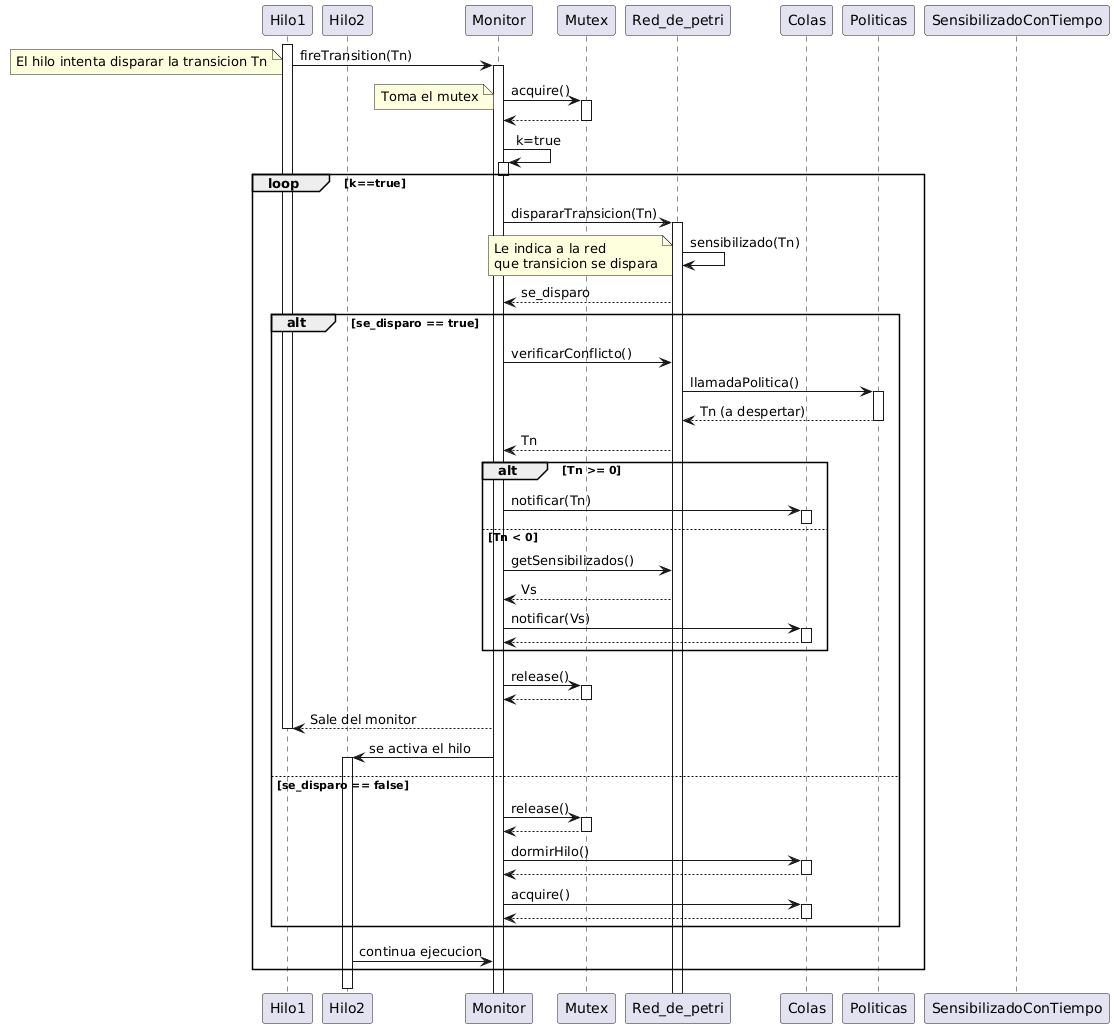
Above: doc/Diagrama_Secuencia.png in JosiasTomasnanez/flightAgencyAttendanceMonitor (PlantUML), before the change. Its diagram source:
```plantuml
@startuml
!pragma teoz true
participant Hilo1
participant Hilo2
participant Monitor
participant Mutex
participant Red_de_petri
participant Colas
participant Politicas
participant SensibilizadoConTiempo

activate Hilo1
Hilo1 -> Monitor : fireTransition(Tn)
note left: El hilo intenta disparar la transicion Tn
activate Monitor

Monitor -> Mutex : acquire()
note left: Toma el mutex
activate Mutex
Mutex --> Monitor
deactivate Mutex

Monitor -> Monitor : k=true
activate Monitor
deactivate Monitor

loop k==true
    Monitor -> Red_de_petri : dispararTransicion(Tn)
    activate Red_de_petri
    Red_de_petri -> Red_de_petri : sensibilizado(Tn)
    note left
    Le indica a la red
    que transicion se dispara
    end note
    Red_de_petri --> Monitor : se_disparo
    alt se_disparo == true
        Monitor -> Red_de_petri : verificarConflicto()
        Red_de_petri -> Politicas : llamadaPolitica()
        activate Politicas
        Politicas --> Red_de_petri : Tn (a despertar)
        deactivate Politicas
        Red_de_petri --> Monitor : Tn

        alt Tn >= 0
            Monitor -> Colas : notificar(Tn)
            activate Colas
            deactivate Colas
        else Tn < 0
          Monitor -> Red_de_petri : getSensibilizados()
          Red_de_petri --> Monitor : Vs
            Monitor -> Colas : notificar(Vs)
            activate Colas
            Colas --> Monitor
            deactivate Colas
        end
        Monitor -> Mutex : release()
        activate Mutex
        Mutex --> Monitor
        deactivate Mutex
        Monitor --> Hilo1 : Sale del monitor
        deactivate Hilo1
        Monitor -> Hilo2 : se activa el hilo
        activate Hilo2
    else se_disparo == false
        Monitor -> Mutex : release()
        activate Mutex
        Mutex --> Monitor
        deactivate Mutex
        Monitor -> Colas : dormirHilo()
        activate Colas
        Colas --> Monitor
        deactivate Colas
        Monitor-> Colas : acquire()
        activate Colas
        Colas --> Monitor
        deactivate Colas

    end
    Hilo2 -> Monitor : continua ejecucion
end
deactivate Hilo2
@enduml
```
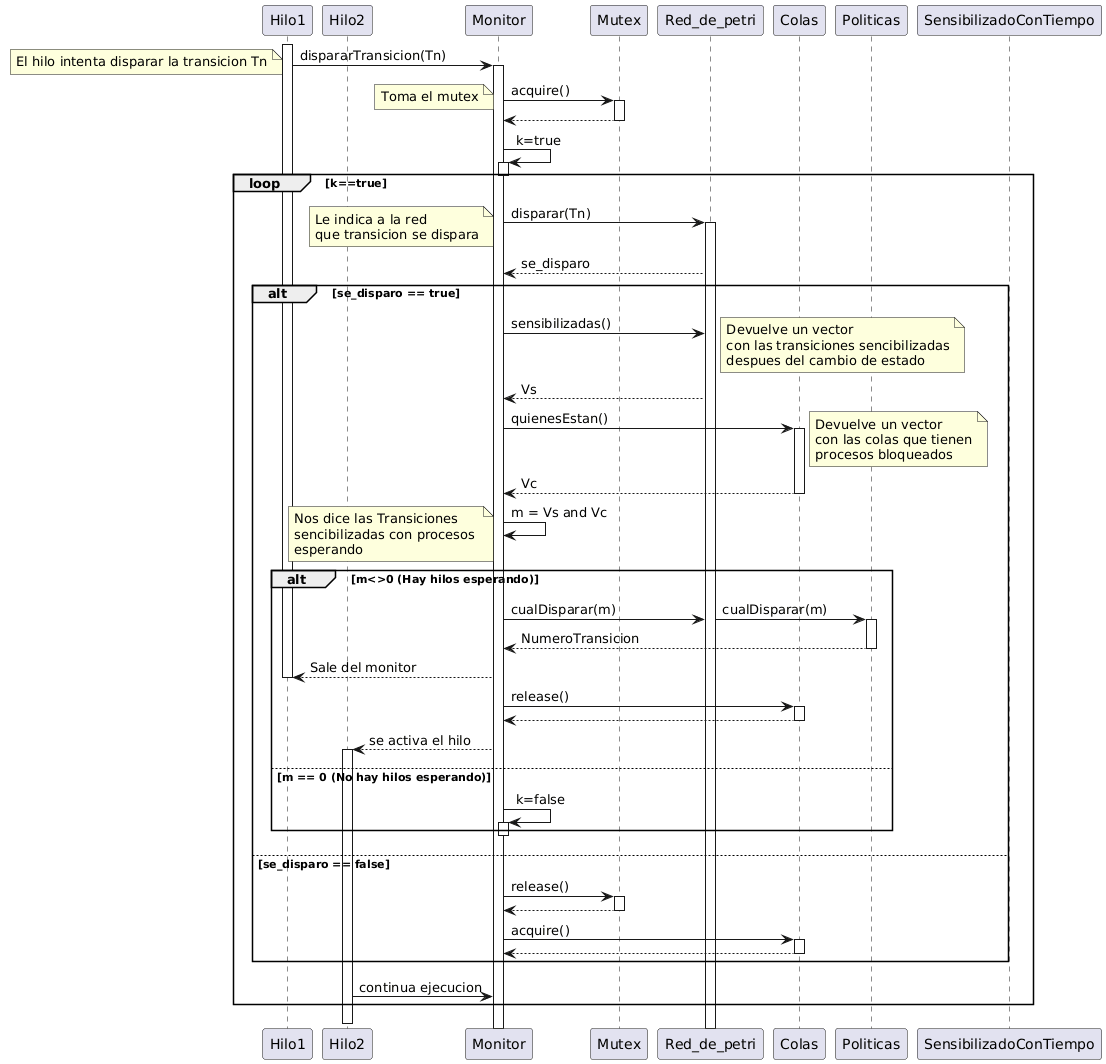
After the commit.

Commit message:
Cambia informe y diagramas

Diff of the diagram source:
```diff
@@ -10,7 +10,7 @@
 participant SensibilizadoConTiempo
 
 activate Hilo1
-Hilo1 -> Monitor : fireTransition(Tn)
+Hilo1 -> Monitor : dispararTransicion(Tn)
 note left: El hilo intenta disparar la transicion Tn
 activate Monitor
 
@@ -25,51 +25,60 @@
 deactivate Monitor
 
 loop k==true
-    Monitor -> Red_de_petri : dispararTransicion(Tn)
-    activate Red_de_petri
-    Red_de_petri -> Red_de_petri : sensibilizado(Tn)
+    Monitor -> Red_de_petri : disparar(Tn)
     note left
     Le indica a la red
     que transicion se dispara
     end note
+    activate Red_de_petri
     Red_de_petri --> Monitor : se_disparo
     alt se_disparo == true
-        Monitor -> Red_de_petri : verificarConflicto()
-        Red_de_petri -> Politicas : llamadaPolitica()
-        activate Politicas
-        Politicas --> Red_de_petri : Tn (a despertar)
-        deactivate Politicas
-        Red_de_petri --> Monitor : Tn
-
-        alt Tn >= 0
-            Monitor -> Colas : notificar(Tn)
-            activate Colas
-            deactivate Colas
-        else Tn < 0
-          Monitor -> Red_de_petri : getSensibilizados()
-          Red_de_petri --> Monitor : Vs
-            Monitor -> Colas : notificar(Vs)
+        Monitor -> Red_de_petri : sensibilizadas()
+        note right
+        Devuelve un vector
+        con las transiciones sencibilizadas
+        despues del cambio de estado
+        end note
+        Red_de_petri --> Monitor : Vs
+        Monitor -> Colas : quienesEstan()
+        activate Colas
+        note right
+        Devuelve un vector
+        con las colas que tienen
+        procesos bloqueados
+        end note
+        Colas --> Monitor : Vc
+        deactivate Colas
+        Monitor -> Monitor : m = Vs and Vc
+        note left
+        Nos dice las Transiciones
+        sencibilizadas con procesos
+        esperando
+        end note
+        alt m<>0 (Hay hilos esperando)
+            Monitor-> Red_de_petri : cualDisparar(m)
+            & Red_de_petri -> Politicas : cualDisparar(m)
+            activate Politicas
+            Politicas --> Monitor : NumeroTransicion
+            deactivate Politicas
+            Monitor --> Hilo1 : Sale del monitor
+            deactivate Hilo1
+            Monitor -> Colas : release()
             activate Colas
             Colas --> Monitor
             deactivate Colas
+            Monitor --> Hilo2 : se activa el hilo
+            activate Hilo2
+        else m == 0 (No hay hilos esperando)
+            Monitor -> Monitor : k=false
+            activate Monitor
+            deactivate Monitor
         end
-        Monitor -> Mutex : release()
-        activate Mutex
-        Mutex --> Monitor
-        deactivate Mutex
-        Monitor --> Hilo1 : Sale del monitor
-        deactivate Hilo1
-        Monitor -> Hilo2 : se activa el hilo
-        activate Hilo2
     else se_disparo == false
         Monitor -> Mutex : release()
         activate Mutex
         Mutex --> Monitor
         deactivate Mutex
-        Monitor -> Colas : dormirHilo()
-        activate Colas
-        Colas --> Monitor
-        deactivate Colas
         Monitor-> Colas : acquire()
         activate Colas
         Colas --> Monitor
```
